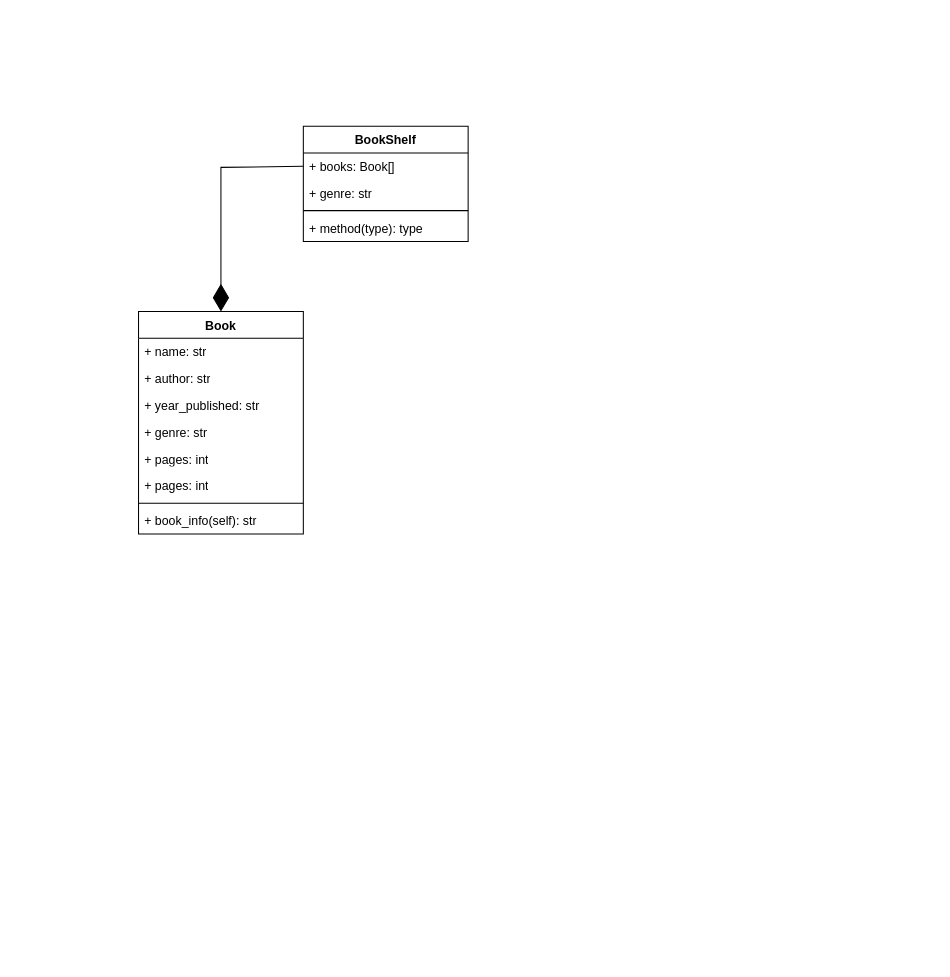
Before: the_library.drawio in Omer8990/TheLibrary, a draw.io diagram. Source tidied: cells renumbered, new cells numbered last; positions are measured from the earlier drawing's top-left corner, leaving out a move shared by most shapes. Both pictures are drawn from the tidied source at 103%, with x=0, y=0 at pixel (138, 126).
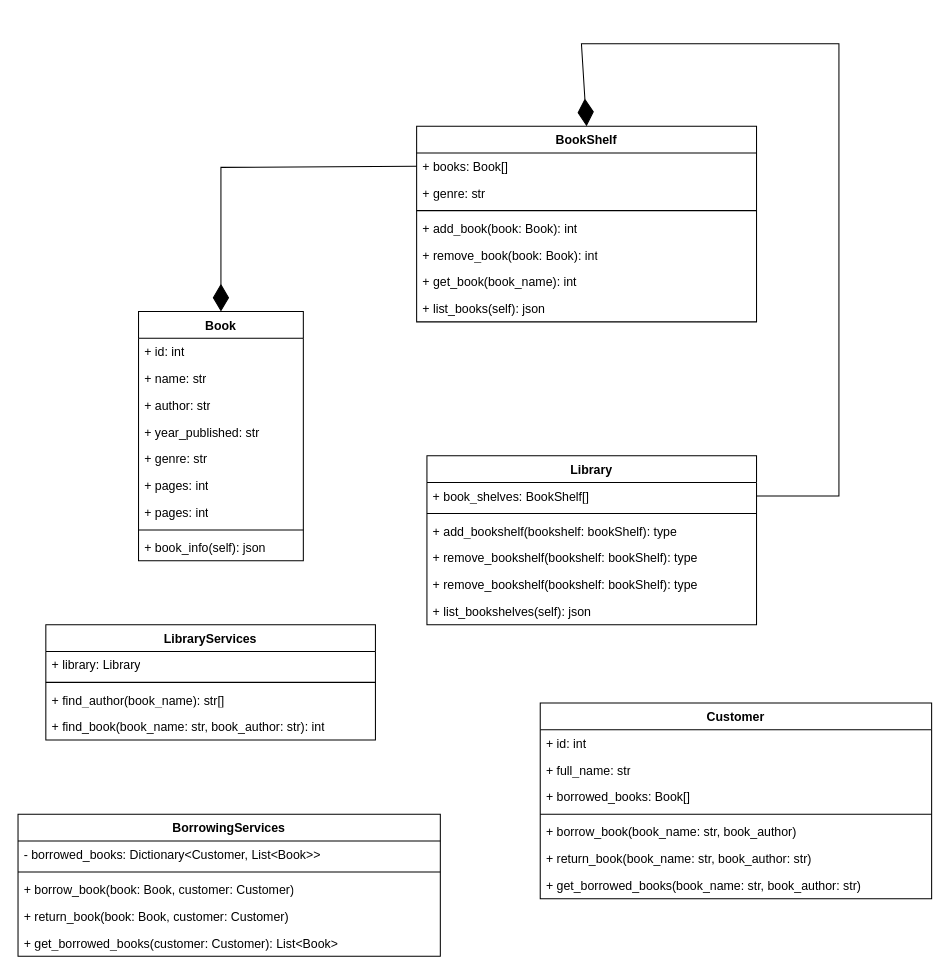
Above is the later version.

What changed in the source:
```diff
@@
     <mxCell id="2" value="Book" style="swimlane;fontStyle=1;align=center;verticalAlign=top;horizontal=1;startSize=26;whiteSpace=wrap;html=1;" parent="1" vertex="1">
-      <mxGeometry y="180" width="160" height="216" as="geometry" />
+      <mxGeometry y="180" width="160" height="242" as="geometry" />
     </mxCell>
+    <mxCell id="17" value="+ id: int" style="text;strokeColor=none;fillColor=none;align=left;verticalAlign=top;spacingLeft=4;spacingRight=4;overflow=hidden;whiteSpace=wrap;html=1;" parent="2" vertex="1">
+      <mxGeometry y="26" width="160" height="26" as="geometry" />
+    </mxCell>
     <mxCell id="3" value="+ name: str" style="text;strokeColor=none;fillColor=none;align=left;verticalAlign=top;spacingLeft=4;spacingRight=4;overflow=hidden;whiteSpace=wrap;html=1;" parent="2" vertex="1">
-      <mxGeometry y="26" width="160" height="26" as="geometry" />
+      <mxGeometry y="52" width="160" height="26" as="geometry" />
     </mxCell>
     <mxCell id="4" value="+ author: str" style="text;strokeColor=none;fillColor=none;align=left;verticalAlign=top;spacingLeft=4;spacingRight=4;overflow=hidden;whiteSpace=wrap;html=1;" parent="2" vertex="1">
-      <mxGeometry y="52" width="160" height="26" as="geometry" />
+      <mxGeometry y="78" width="160" height="26" as="geometry" />
     </mxCell>
     <mxCell id="5" value="&lt;div&gt;+ year_published: str&lt;/div&gt;&lt;div&gt;&lt;br&gt;&lt;/div&gt;" style="text;strokeColor=none;fillColor=none;align=left;verticalAlign=top;spacingLeft=4;spacingRight=4;overflow=hidden;whiteSpace=wrap;html=1;" parent="2" vertex="1">
-      <mxGeometry y="78" width="160" height="26" as="geometry" />
+      <mxGeometry y="104" width="160" height="26" as="geometry" />
     </mxCell>
     <mxCell id="6" value="&lt;div&gt;+ genre: str&lt;/div&gt;&lt;div&gt;&lt;br&gt;&lt;/div&gt;" style="text;strokeColor=none;fillColor=none;align=left;verticalAlign=top;spacingLeft=4;spacingRight=4;overflow=hidden;whiteSpace=wrap;html=1;" parent="2" vertex="1">
-      <mxGeometry y="104" width="160" height="26" as="geometry" />
+      <mxGeometry y="130" width="160" height="26" as="geometry" />
     </mxCell>
     <mxCell id="7" value="&lt;div&gt;+ pages: int&lt;br&gt;&lt;/div&gt;" style="text;strokeColor=none;fillColor=none;align=left;verticalAlign=top;spacingLeft=4;spacingRight=4;overflow=hidden;whiteSpace=wrap;html=1;" parent="2" vertex="1">
-      <mxGeometry y="130" width="160" height="26" as="geometry" />
+      <mxGeometry y="156" width="160" height="26" as="geometry" />
     </mxCell>
     <mxCell id="8" value="&lt;div&gt;+ pages: int&lt;br&gt;&lt;/div&gt;" style="text;strokeColor=none;fillColor=none;align=left;verticalAlign=top;spacingLeft=4;spacingRight=4;overflow=hidden;whiteSpace=wrap;html=1;" parent="2" vertex="1">
-      <mxGeometry y="156" width="160" height="26" as="geometry" />
+      <mxGeometry y="182" width="160" height="26" as="geometry" />
     </mxCell>
     <mxCell id="9" style="line;strokeWidth=1;fillColor=none;align=left;verticalAlign=middle;spacingTop=-1;spacingLeft=3;spacingRight=3;labelPosition=right;strokeColor=inherit;" parent="2" vertex="1">
-      <mxGeometry y="182" width="160" height="8" as="geometry" />
+      <mxGeometry y="208" width="160" height="8" as="geometry" />
     </mxCell>
-    <mxCell id="10" value="+ book_info(self): str" style="text;strokeColor=none;fillColor=none;align=left;verticalAlign=top;spacingLeft=4;spacingRight=4;overflow=hidden;whiteSpace=wrap;html=1;" parent="2" vertex="1">
-      <mxGeometry y="190" width="160" height="26" as="geometry" />
+    <mxCell id="10" value="+ book_info(self): json" style="text;strokeColor=none;fillColor=none;align=left;verticalAlign=top;spacingLeft=4;spacingRight=4;overflow=hidden;whiteSpace=wrap;html=1;" parent="2" vertex="1">
+      <mxGeometry y="216" width="160" height="26" as="geometry" />
     </mxCell>
     <mxCell id="11" value="BookShelf" style="swimlane;fontStyle=1;align=center;verticalAlign=top;horizontal=1;startSize=26;whiteSpace=wrap;html=1;" parent="1" vertex="1">
-      <mxGeometry x="160" width="160" height="112" as="geometry" />
+      <mxGeometry x="270" width="330" height="190" as="geometry" />
     </mxCell>
     <mxCell id="12" value="+ books: Book[]" style="text;strokeColor=none;fillColor=none;align=left;verticalAlign=top;spacingLeft=4;spacingRight=4;overflow=hidden;points=[[0,0.5],[1,0.5]];portConstraint=eastwest;whiteSpace=wrap;html=1;" parent="11" vertex="1">
-      <mxGeometry y="26" width="160" height="26" as="geometry" />
+      <mxGeometry y="26" width="330" height="26" as="geometry" />
     </mxCell>
     <mxCell id="13" value="+ genre: str" style="text;strokeColor=none;fillColor=none;align=left;verticalAlign=top;spacingLeft=4;spacingRight=4;overflow=hidden;whiteSpace=wrap;html=1;" parent="11" vertex="1">
-      <mxGeometry y="52" width="160" height="26" as="geometry" />
+      <mxGeometry y="52" width="330" height="26" as="geometry" />
     </mxCell>
     <mxCell id="14" style="line;strokeWidth=1;fillColor=none;align=left;verticalAlign=middle;spacingTop=-1;spacingLeft=3;spacingRight=3;labelPosition=right;strokeColor=inherit;" parent="11" vertex="1">
-      <mxGeometry y="78" width="160" height="8" as="geometry" />
+      <mxGeometry y="78" width="330" height="8" as="geometry" />
     </mxCell>
-    <mxCell id="15" value="+ method(type): type" style="text;strokeColor=none;fillColor=none;align=left;verticalAlign=top;spacingLeft=4;spacingRight=4;overflow=hidden;whiteSpace=wrap;html=1;" parent="11" vertex="1">
-      <mxGeometry y="86" width="160" height="26" as="geometry" />
+    <mxCell id="15" value="+ add_book(book: Book): int" style="text;strokeColor=none;fillColor=none;align=left;verticalAlign=top;spacingLeft=4;spacingRight=4;overflow=hidden;whiteSpace=wrap;html=1;" parent="11" vertex="1">
+      <mxGeometry y="86" width="330" height="26" as="geometry" />
     </mxCell>
+    <mxCell id="18" value="+ remove_book(book: Book): int" style="text;strokeColor=none;fillColor=none;align=left;verticalAlign=top;spacingLeft=4;spacingRight=4;overflow=hidden;whiteSpace=wrap;html=1;" parent="11" vertex="1">
+      <mxGeometry y="112" width="330" height="26" as="geometry" />
+    </mxCell>
+    <mxCell id="19" value="+ get_book(book_name): int" style="text;strokeColor=none;fillColor=none;align=left;verticalAlign=top;spacingLeft=4;spacingRight=4;overflow=hidden;whiteSpace=wrap;html=1;" parent="11" vertex="1">
+      <mxGeometry y="138" width="330" height="26" as="geometry" />
+    </mxCell>
+    <mxCell id="20" value="+ list_books(self): json" style="text;strokeColor=none;fillColor=none;align=left;verticalAlign=top;spacingLeft=4;spacingRight=4;overflow=hidden;whiteSpace=wrap;html=1;" parent="11" vertex="1">
+      <mxGeometry y="164" width="330" height="26" as="geometry" />
+    </mxCell>
@@
+    <mxCell id="21" value="Library" style="swimlane;fontStyle=1;align=center;verticalAlign=top;horizontal=1;startSize=26;whiteSpace=wrap;html=1;" parent="1" vertex="1">
+      <mxGeometry x="280" y="320" width="320" height="164" as="geometry" />
+    </mxCell>
+    <mxCell id="22" value="+ book_shelves: BookShelf[]" style="text;strokeColor=none;fillColor=none;align=left;verticalAlign=top;spacingLeft=4;spacingRight=4;overflow=hidden;points=[[0,0.5],[1,0.5]];portConstraint=eastwest;whiteSpace=wrap;html=1;" parent="21" vertex="1">
+      <mxGeometry y="26" width="320" height="26" as="geometry" />
+    </mxCell>
+    <mxCell id="23" style="line;strokeWidth=1;fillColor=none;align=left;verticalAlign=middle;spacingTop=-1;spacingLeft=3;spacingRight=3;labelPosition=right;strokeColor=inherit;" parent="21" vertex="1">
+      <mxGeometry y="52" width="320" height="8" as="geometry" />
+    </mxCell>
+    <mxCell id="24" value="+ add_bookshelf(bookshelf: bookShelf): type" style="text;strokeColor=none;fillColor=none;align=left;verticalAlign=top;spacingLeft=4;spacingRight=4;overflow=hidden;whiteSpace=wrap;html=1;" parent="21" vertex="1">
+      <mxGeometry y="60" width="320" height="26" as="geometry" />
+    </mxCell>
+    <mxCell id="25" value="+ remove_bookshelf(bookshelf: bookShelf): type" style="text;strokeColor=none;fillColor=none;align=left;verticalAlign=top;spacingLeft=4;spacingRight=4;overflow=hidden;whiteSpace=wrap;html=1;" parent="21" vertex="1">
+      <mxGeometry y="86" width="320" height="26" as="geometry" />
+    </mxCell>
+    <mxCell id="26" value="+ remove_bookshelf(bookshelf: bookShelf): type" style="text;strokeColor=none;fillColor=none;align=left;verticalAlign=top;spacingLeft=4;spacingRight=4;overflow=hidden;whiteSpace=wrap;html=1;" parent="21" vertex="1">
+      <mxGeometry y="112" width="320" height="26" as="geometry" />
+    </mxCell>
+    <mxCell id="27" value="+ list_bookshelves(self): json" style="text;strokeColor=none;fillColor=none;align=left;verticalAlign=top;spacingLeft=4;spacingRight=4;overflow=hidden;whiteSpace=wrap;html=1;" parent="21" vertex="1">
+      <mxGeometry y="138" width="320" height="26" as="geometry" />
+    </mxCell>
+    <mxCell id="28" style="endArrow=diamondThin;endFill=1;endSize=24;html=1;rounded=0;exitX=1;exitY=0.5;exitDx=0;exitDy=0;entryX=0.5;entryY=0;entryDx=0;entryDy=0;" parent="1" edge="1" source="22" target="11">
+      <mxGeometry relative="1" as="geometry">
+        <Array as="points">
+          <mxPoint x="680" y="359" />
+          <mxPoint x="680" y="-80" />
+          <mxPoint x="430" y="-80" />
+        </Array>
+      </mxGeometry>
+    </mxCell>
+    <mxCell id="29" value="LibraryServices" style="swimlane;fontStyle=1;align=center;verticalAlign=top;horizontal=1;startSize=26;whiteSpace=wrap;html=1;" parent="1" vertex="1">
+      <mxGeometry x="-90" y="484" width="320" height="112" as="geometry" />
+    </mxCell>
+    <mxCell id="30" value="+ library: Library" style="text;strokeColor=none;fillColor=none;align=left;verticalAlign=top;spacingLeft=4;spacingRight=4;overflow=hidden;whiteSpace=wrap;html=1;" parent="29" vertex="1">
+      <mxGeometry y="26" width="320" height="26" as="geometry" />
+    </mxCell>
+    <mxCell id="31" style="line;strokeWidth=1;fillColor=none;align=left;verticalAlign=middle;spacingTop=-1;spacingLeft=3;spacingRight=3;labelPosition=right;strokeColor=inherit;" parent="29" vertex="1">
+      <mxGeometry y="52" width="320" height="8" as="geometry" />
+    </mxCell>
+    <mxCell id="32" value="+ find_author(book_name): str[]" style="text;strokeColor=none;fillColor=none;align=left;verticalAlign=top;spacingLeft=4;spacingRight=4;overflow=hidden;whiteSpace=wrap;html=1;" parent="29" vertex="1">
+      <mxGeometry y="60" width="320" height="26" as="geometry" />
+    </mxCell>
+    <mxCell id="33" value="+ find_book(book_name: str, book_author: str): int" style="text;strokeColor=none;fillColor=none;align=left;verticalAlign=top;spacingLeft=4;spacingRight=4;overflow=hidden;whiteSpace=wrap;html=1;" parent="29" vertex="1">
+      <mxGeometry y="86" width="320" height="26" as="geometry" />
+    </mxCell>
+    <mxCell id="34" value="Customer" style="swimlane;fontStyle=1;align=center;verticalAlign=top;horizontal=1;startSize=26;whiteSpace=wrap;html=1;" parent="1" vertex="1">
+      <mxGeometry x="390" y="560" width="380" height="190" as="geometry" />
+    </mxCell>
+    <mxCell id="35" value="+ id: int" style="text;strokeColor=none;fillColor=none;align=left;verticalAlign=top;spacingLeft=4;spacingRight=4;overflow=hidden;whiteSpace=wrap;html=1;" parent="34" vertex="1">
+      <mxGeometry y="26" width="380" height="26" as="geometry" />
+    </mxCell>
+    <mxCell id="36" value="+ full_name: str" style="text;strokeColor=none;fillColor=none;align=left;verticalAlign=top;spacingLeft=4;spacingRight=4;overflow=hidden;whiteSpace=wrap;html=1;" parent="34" vertex="1">
+      <mxGeometry y="52" width="380" height="26" as="geometry" />
+    </mxCell>
+    <mxCell id="37" value="+ borrowed_books: Book[]" style="text;strokeColor=none;fillColor=none;align=left;verticalAlign=top;spacingLeft=4;spacingRight=4;overflow=hidden;whiteSpace=wrap;html=1;" parent="34" vertex="1">
+      <mxGeometry y="78" width="380" height="26" as="geometry" />
+    </mxCell>
+    <mxCell id="38" style="line;strokeWidth=1;fillColor=none;align=left;verticalAlign=middle;spacingTop=-1;spacingLeft=3;spacingRight=3;labelPosition=right;strokeColor=inherit;" parent="34" vertex="1">
+      <mxGeometry y="104" width="380" height="8" as="geometry" />
+    </mxCell>
+    <mxCell id="39" value="+ borrow_book(book_name: str, book_author)" style="text;strokeColor=none;fillColor=none;align=left;verticalAlign=top;spacingLeft=4;spacingRight=4;overflow=hidden;whiteSpace=wrap;html=1;" parent="34" vertex="1">
+      <mxGeometry y="112" width="380" height="26" as="geometry" />
+    </mxCell>
+    <mxCell id="40" value="+ return_book(book_name: str, book_author: str)" style="text;strokeColor=none;fillColor=none;align=left;verticalAlign=top;spacingLeft=4;spacingRight=4;overflow=hidden;whiteSpace=wrap;html=1;" parent="34" vertex="1">
+      <mxGeometry y="138" width="380" height="26" as="geometry" />
+    </mxCell>
+    <mxCell id="41" value="+ get_borrowed_books(book_name: str, book_author: str)" style="text;strokeColor=none;fillColor=none;align=left;verticalAlign=top;spacingLeft=4;spacingRight=4;overflow=hidden;whiteSpace=wrap;html=1;" parent="34" vertex="1">
+      <mxGeometry y="164" width="380" height="26" as="geometry" />
+    </mxCell>
+    <mxCell id="42" value="BorrowingServices" style="swimlane;fontStyle=1;align=center;verticalAlign=top;horizontal=1;startSize=26;whiteSpace=wrap;html=1;" parent="1" vertex="1">
+      <mxGeometry x="-117" y="668" width="410" height="138" as="geometry" />
+    </mxCell>
+    <mxCell id="43" value="- borrowed_books: Dictionary&amp;lt;Customer, List&amp;lt;Book&amp;gt;&amp;gt;" style="text;strokeColor=none;fillColor=none;align=left;verticalAlign=top;spacingLeft=4;spacingRight=4;overflow=hidden;whiteSpace=wrap;html=1;" parent="42" vertex="1">
+      <mxGeometry y="26" width="410" height="26" as="geometry" />
+    </mxCell>
+    <mxCell id="44" style="line;strokeWidth=1;fillColor=none;align=left;verticalAlign=middle;spacingTop=-1;spacingLeft=3;spacingRight=3;labelPosition=right;strokeColor=inherit;" parent="42" vertex="1">
+      <mxGeometry y="52" width="410" height="8" as="geometry" />
+    </mxCell>
+    <mxCell id="45" value="+ borrow_book(book: Book, customer: Customer)" style="text;strokeColor=none;fillColor=none;align=left;verticalAlign=top;spacingLeft=4;spacingRight=4;overflow=hidden;whiteSpace=wrap;html=1;" parent="42" vertex="1">
+      <mxGeometry y="60" width="410" height="26" as="geometry" />
+    </mxCell>
+    <mxCell id="46" value="+ return_book(book: Book, customer: Customer)" style="text;strokeColor=none;fillColor=none;align=left;verticalAlign=top;spacingLeft=4;spacingRight=4;overflow=hidden;whiteSpace=wrap;html=1;" parent="42" vertex="1">
+      <mxGeometry y="86" width="410" height="26" as="geometry" />
+    </mxCell>
+    <mxCell id="47" value="+ get_borrowed_books(customer: Customer): List&amp;lt;Book&amp;gt;" style="text;strokeColor=none;fillColor=none;align=left;verticalAlign=top;spacingLeft=4;spacingRight=4;overflow=hidden;whiteSpace=wrap;html=1;" parent="42" vertex="1">
+      <mxGeometry y="112" width="410" height="26" as="geometry" />
+    </mxCell>
```
